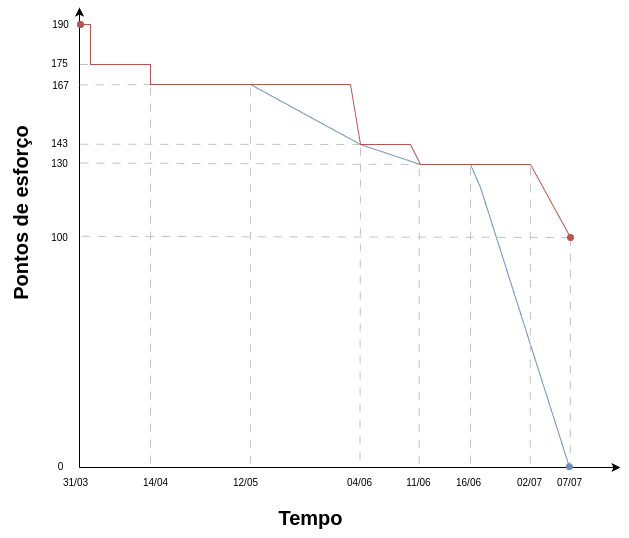
Earlier version of the draw.io export docs/assets/burndown.png (FCTE-Qualidade-de-Software-1/2025-1-T01-RUTH-LICHTERMA). Source tidied: cells renumbered, new cells last; positions are measured from the earlier drawing's top-left corner, leaving out a move shared by most shapes.
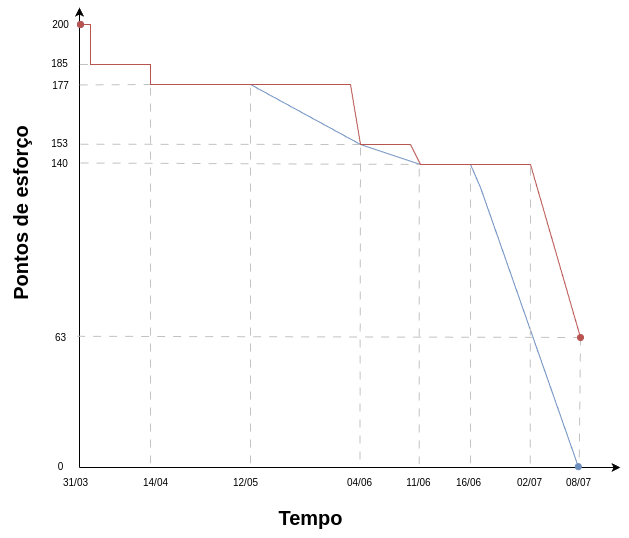
After the commit.

Commit message:
Adição do que faltava no backlog e atualização do burndown

Change to the diagram source:
```diff
@@ -17,38 +17,38 @@
         <mxPoint x="149" as="targetPoint" />
       </mxGeometry>
     </mxCell>
-    <mxCell id="5" value="190" style="text;html=1;align=center;verticalAlign=middle;strokeColor=none;fillColor=none;fontSize=10;" parent="1" vertex="1">
+    <mxCell id="5" value="200" style="text;html=1;align=center;verticalAlign=middle;strokeColor=none;fillColor=none;fontSize=10;" parent="1" vertex="1">
       <mxGeometry x="110" y="2" width="40" height="30" as="geometry" />
     </mxCell>
-    <mxCell id="6" value="175" style="text;html=1;align=center;verticalAlign=middle;points=[];strokeColor=none;fillColor=none;fontSize=10;" parent="1" vertex="1">
+    <mxCell id="6" value="185" style="text;html=1;align=center;verticalAlign=middle;points=[];strokeColor=none;fillColor=none;fontSize=10;" parent="1" vertex="1">
       <mxGeometry x="109" y="41" width="40" height="30" as="geometry" />
     </mxCell>
     <mxCell id="7" value="14/04" style="text;html=1;align=center;verticalAlign=middle;strokeColor=none;fillColor=none;fontSize=10;" parent="1" vertex="1">
       <mxGeometry x="200" y="460" width="50" height="30" as="geometry" />
     </mxCell>
-    <mxCell id="8" value="167" style="text;html=1;align=center;verticalAlign=middle;strokeColor=none;fillColor=none;fontSize=10;" parent="1" vertex="1">
+    <mxCell id="8" value="177" style="text;html=1;align=center;verticalAlign=middle;strokeColor=none;fillColor=none;fontSize=10;" parent="1" vertex="1">
       <mxGeometry x="110" y="63" width="40" height="30" as="geometry" />
     </mxCell>
     <mxCell id="9" value="04/06" style="text;html=1;align=center;verticalAlign=middle;points=[];strokeColor=none;fillColor=none;fontSize=10;" parent="1" vertex="1">
       <mxGeometry x="404" y="460" width="50" height="30" as="geometry" />
     </mxCell>
-    <mxCell id="10" value="143" style="text;html=1;align=center;verticalAlign=middle;points=[];strokeColor=none;fillColor=none;fontSize=10;" parent="1" vertex="1">
+    <mxCell id="10" value="153" style="text;html=1;align=center;verticalAlign=middle;points=[];strokeColor=none;fillColor=none;fontSize=10;" parent="1" vertex="1">
       <mxGeometry x="109" y="121" width="40" height="30" as="geometry" />
     </mxCell>
     <mxCell id="11" value="11/06" style="text;html=1;align=center;verticalAlign=middle;strokeColor=none;fillColor=none;fontSize=10;" parent="1" vertex="1">
       <mxGeometry x="463" y="460" width="50" height="30" as="geometry" />
     </mxCell>
-    <mxCell id="12" value="130" style="text;html=1;align=center;verticalAlign=middle;strokeColor=none;fillColor=none;fontSize=10;" parent="1" vertex="1">
+    <mxCell id="12" value="140" style="text;html=1;align=center;verticalAlign=middle;strokeColor=none;fillColor=none;fontSize=10;" parent="1" vertex="1">
       <mxGeometry x="109" y="141" width="40" height="30" as="geometry" />
     </mxCell>
     <mxCell id="13" value="02/07" style="text;html=1;align=center;verticalAlign=middle;points=[];strokeColor=none;fillColor=none;fontSize=10;" parent="1" vertex="1">
       <mxGeometry x="574" y="460" width="50" height="30" as="geometry" />
     </mxCell>
-    <mxCell id="14" value="100" style="text;html=1;align=center;verticalAlign=middle;points=[];strokeColor=none;fillColor=none;fontSize=10;" parent="1" vertex="1">
-      <mxGeometry x="109" y="215" width="40" height="30" as="geometry" />
+    <mxCell id="14" value="63" style="text;html=1;align=center;verticalAlign=middle;points=[];strokeColor=none;fillColor=none;fontSize=10;" parent="1" vertex="1">
+      <mxGeometry x="115" y="315" width="30" height="30" as="geometry" />
     </mxCell>
-    <mxCell id="15" value="07/07" style="text;html=1;align=center;verticalAlign=middle;points=[];strokeColor=none;fillColor=none;fontSize=10;" parent="1" vertex="1">
-      <mxGeometry x="614" y="460" width="50" height="30" as="geometry" />
+    <mxCell id="15" value="08/07" style="text;html=1;align=center;verticalAlign=middle;points=[];strokeColor=none;fillColor=none;fontSize=10;" parent="1" vertex="1">
+      <mxGeometry x="623" y="460" width="50" height="30" as="geometry" />
     </mxCell>
     <mxCell id="16" value="12/05" style="text;html=1;align=center;verticalAlign=middle;points=[];strokeColor=none;fillColor=none;fontSize=10;" parent="1" vertex="1">
       <mxGeometry x="290" y="460" width="50" height="30" as="geometry" />
@@ -74,7 +74,7 @@
     </mxCell>
     <mxCell id="19" style="endArrow=none;dashed=1;html=1;rounded=0;exitX=1.053;exitY=0.46;exitDx=0;exitDy=0;exitPerimeter=0;fillColor=#f5f5f5;strokeColor=#C2C2C2;strokeWidth=1;dashPattern=8 8;" parent="1" edge="1" source="14">
       <mxGeometry relative="1" as="geometry">
-        <mxPoint x="640" y="230" as="targetPoint" />
+        <mxPoint x="650" y="330" as="targetPoint" />
       </mxGeometry>
     </mxCell>
     <mxCell id="20" style="endArrow=none;dashed=1;html=1;rounded=0;exitX=1.053;exitY=0.46;exitDx=0;exitDy=0;exitPerimeter=0;fillColor=#f5f5f5;strokeColor=#C2C2C2;strokeWidth=1;dashPattern=8 8;" parent="1" edge="1">
@@ -101,13 +101,13 @@
     </mxCell>
     <mxCell id="24" style="endArrow=none;dashed=1;html=1;rounded=0;fillColor=#f5f5f5;strokeColor=#C2C2C2;strokeWidth=1;dashPattern=8 8;entryX=0.514;entryY=-0.1;entryDx=0;entryDy=0;entryPerimeter=0;" parent="1" edge="1" target="15">
       <mxGeometry relative="1" as="geometry">
-        <mxPoint x="640" y="230" as="sourcePoint" />
+        <mxPoint x="650" y="330" as="sourcePoint" />
       </mxGeometry>
     </mxCell>
     <mxCell id="25" style="endArrow=oval;html=1;rounded=0;fillColor=#f8cecc;strokeColor=#b85450;endFill=1;startArrow=oval;startFill=1;" parent="1" edge="1">
       <mxGeometry relative="1" as="geometry">
         <mxPoint x="150" y="17" as="sourcePoint" />
-        <mxPoint x="640" y="230" as="targetPoint" />
+        <mxPoint x="650" y="330" as="targetPoint" />
         <Array as="points">
           <mxPoint x="160" y="17" />
           <mxPoint x="160" y="57" />
```
